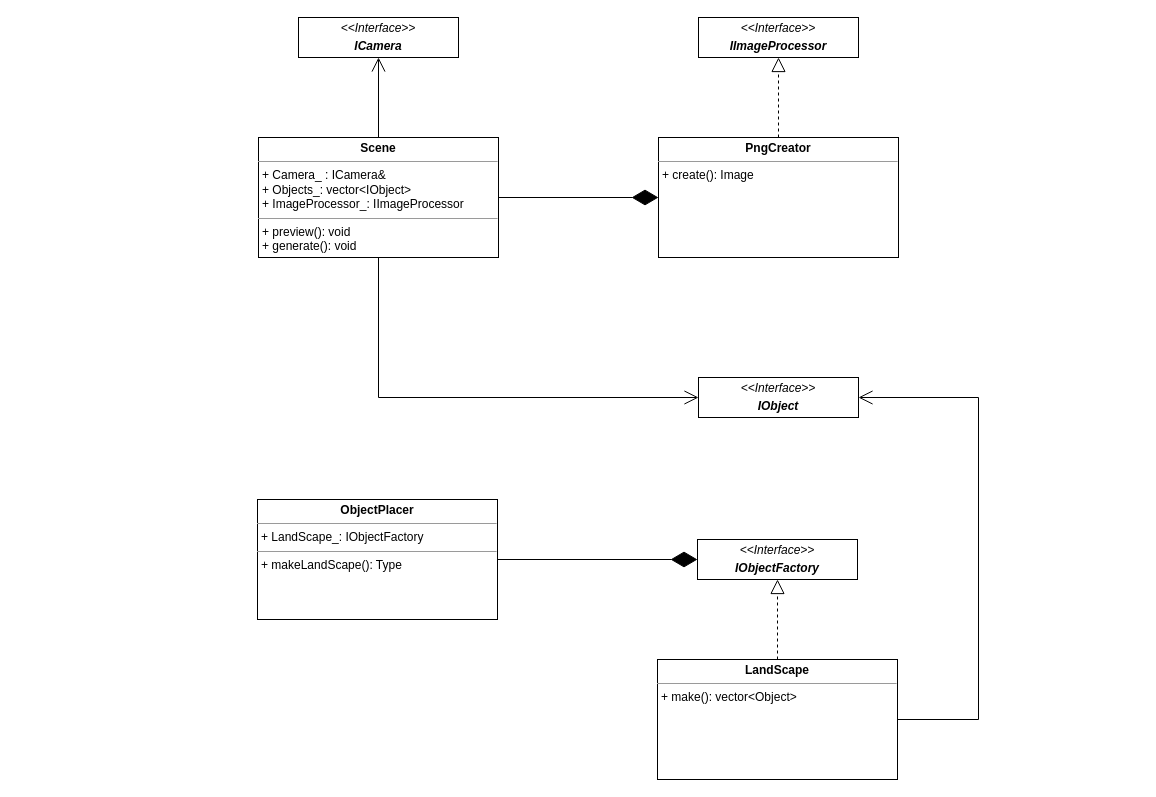
The draw.io diagram page "Function" (2 of 4) of doc/VoxelEngine.drawio in cpp-park-vk-education/2023_1_Blockify, before the edit. Source tidied: cells renumbered, new cells numbered last; positions are measured from the earlier drawing's top-left corner, leaving out a move shared by most shapes. Both pictures are drawn from the tidied source at 100%, with x=0, y=0 at pixel (257, 17).
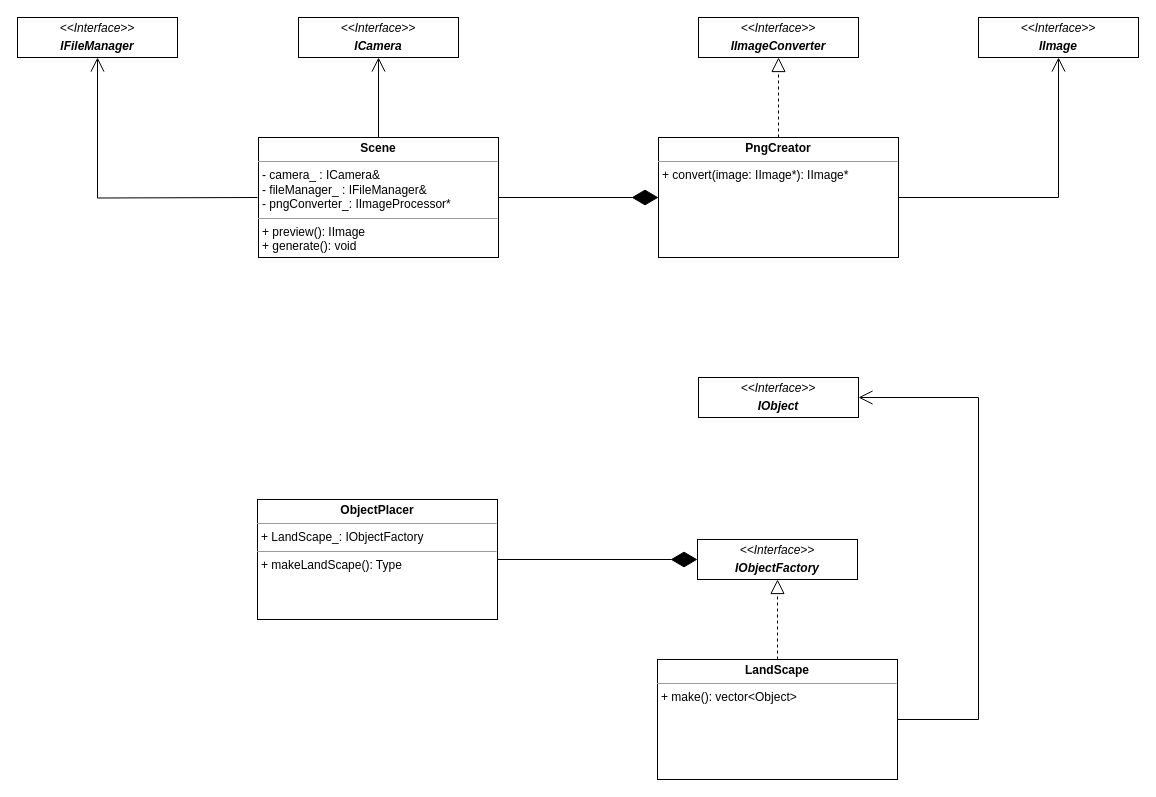
After the change.

Unchanged cells that the change refers to:
```xml
<mxCell id="13" value="&lt;p style=&quot;margin:0px;margin-top:4px;text-align:center;&quot;&gt;&lt;i&gt;&amp;lt;&amp;lt;Interface&amp;gt;&amp;gt;&lt;/i&gt;&lt;/p&gt;&lt;p style=&quot;margin:0px;margin-top:4px;text-align:center;&quot;&gt;&lt;i&gt;&lt;b&gt;IObject&lt;/b&gt;&lt;/i&gt;&lt;/p&gt;" style="verticalAlign=top;align=left;overflow=fill;fontSize=12;fontFamily=Helvetica;html=1;whiteSpace=wrap;" parent="1" vertex="1">
  <mxGeometry x="441" y="360" width="160" height="40" as="geometry" />
</mxCell>
```

Change to the diagram source:
```diff
@@
-    <mxCell id="2" value="&lt;p style=&quot;margin:0px;margin-top:4px;text-align:center;&quot;&gt;&lt;b&gt;Scene&lt;/b&gt;&lt;/p&gt;&lt;hr size=&quot;1&quot;&gt;&lt;p style=&quot;margin:0px;margin-left:4px;&quot;&gt;+ Camera_ : ICamera&amp;amp;&lt;/p&gt;&lt;p style=&quot;margin:0px;margin-left:4px;&quot;&gt;+ Objects_: vector&amp;lt;IObject&amp;gt;&lt;/p&gt;&lt;p style=&quot;margin:0px;margin-left:4px;&quot;&gt;&lt;span style=&quot;background-color: initial;&quot;&gt;+ ImageProcessor_: IImageProcessor&lt;/span&gt;&lt;br&gt;&lt;/p&gt;&lt;hr size=&quot;1&quot;&gt;&lt;p style=&quot;margin:0px;margin-left:4px;&quot;&gt;+ preview(): void&lt;/p&gt;&lt;p style=&quot;margin:0px;margin-left:4px;&quot;&gt;+ generate(): void&lt;/p&gt;" style="verticalAlign=top;align=left;overflow=fill;fontSize=12;fontFamily=Helvetica;html=1;whiteSpace=wrap;" parent="1" vertex="1">
+    <mxCell id="2" value="&lt;p style=&quot;margin: 0px ; margin-top: 4px ; text-align: center&quot;&gt;&lt;b&gt;Scene&lt;/b&gt;&lt;/p&gt;&lt;hr size=&quot;1&quot;&gt;&lt;p style=&quot;margin: 0px ; margin-left: 4px&quot;&gt;- camera_ : ICamera&amp;amp;&lt;/p&gt;&lt;p style=&quot;margin: 0px ; margin-left: 4px&quot;&gt;- fileManager_ : IFileManager&amp;amp;&lt;br&gt;&lt;/p&gt;&lt;p style=&quot;margin: 0px ; margin-left: 4px&quot;&gt;&lt;span&gt;- pngConverter_: IImageProcessor*&lt;/span&gt;&lt;br&gt;&lt;/p&gt;&lt;hr size=&quot;1&quot;&gt;&lt;p style=&quot;margin: 0px ; margin-left: 4px&quot;&gt;+ preview(): IImage&lt;/p&gt;&lt;p style=&quot;margin: 0px ; margin-left: 4px&quot;&gt;+ generate(): void&lt;/p&gt;" style="verticalAlign=top;align=left;overflow=fill;fontSize=12;fontFamily=Helvetica;html=1;whiteSpace=wrap;" parent="1" vertex="1">
       <mxGeometry x="1" y="120" width="240" height="120" as="geometry" />
     </mxCell>
@@
-    <mxCell id="5" value="&lt;p style=&quot;margin:0px;margin-top:4px;text-align:center;&quot;&gt;&lt;b&gt;PngCreator&lt;/b&gt;&lt;/p&gt;&lt;hr size=&quot;1&quot;&gt;&lt;p style=&quot;margin:0px;margin-left:4px;&quot;&gt;+ create(): Image&lt;/p&gt;" style="verticalAlign=top;align=left;overflow=fill;fontSize=12;fontFamily=Helvetica;html=1;whiteSpace=wrap;" parent="1" vertex="1">
+    <mxCell id="5" value="&lt;p style=&quot;margin: 0px ; margin-top: 4px ; text-align: center&quot;&gt;&lt;b&gt;PngCreator&lt;/b&gt;&lt;/p&gt;&lt;hr size=&quot;1&quot;&gt;&lt;p style=&quot;margin: 0px ; margin-left: 4px&quot;&gt;+ convert(image: IImage*): IImage*&lt;/p&gt;" style="verticalAlign=top;align=left;overflow=fill;fontSize=12;fontFamily=Helvetica;html=1;whiteSpace=wrap;" parent="1" vertex="1">
       <mxGeometry x="401" y="120" width="240" height="120" as="geometry" />
     </mxCell>
-    <mxCell id="6" value="&lt;p style=&quot;margin:0px;margin-top:4px;text-align:center;&quot;&gt;&lt;i&gt;&amp;lt;&amp;lt;Interface&amp;gt;&amp;gt;&lt;/i&gt;&lt;/p&gt;&lt;p style=&quot;margin:0px;margin-top:4px;text-align:center;&quot;&gt;&lt;i&gt;&lt;b&gt;IImageProcessor&lt;/b&gt;&lt;/i&gt;&lt;/p&gt;" style="verticalAlign=top;align=left;overflow=fill;fontSize=12;fontFamily=Helvetica;html=1;whiteSpace=wrap;" parent="1" vertex="1">
+    <mxCell id="6" value="&lt;p style=&quot;margin: 0px ; margin-top: 4px ; text-align: center&quot;&gt;&lt;i&gt;&amp;lt;&amp;lt;Interface&amp;gt;&amp;gt;&lt;/i&gt;&lt;/p&gt;&lt;p style=&quot;margin: 0px ; margin-top: 4px ; text-align: center&quot;&gt;&lt;i&gt;&lt;b&gt;IImageConverter&lt;/b&gt;&lt;/i&gt;&lt;/p&gt;" style="verticalAlign=top;align=left;overflow=fill;fontSize=12;fontFamily=Helvetica;html=1;whiteSpace=wrap;" parent="1" vertex="1">
       <mxGeometry x="441" width="160" height="40" as="geometry" />
     </mxCell>
@@
-    <mxCell id="15" style="endArrow=open;endFill=1;endSize=12;html=1;rounded=0;exitX=0.5;exitY=1;exitDx=0;exitDy=0;entryX=0;entryY=0.5;entryDx=0;entryDy=0;edgeStyle=orthogonalEdgeStyle;" parent="1" edge="1" source="2" target="13">
-      <mxGeometry relative="1" as="geometry" />
-    </mxCell>
@@
+    <mxCell id="17" value="&lt;p style=&quot;margin:0px;margin-top:4px;text-align:center;&quot;&gt;&lt;i&gt;&amp;lt;&amp;lt;Interface&amp;gt;&amp;gt;&lt;/i&gt;&lt;/p&gt;&lt;p style=&quot;margin:0px;margin-top:4px;text-align:center;&quot;&gt;&lt;i&gt;&lt;b&gt;IImage&lt;/b&gt;&lt;/i&gt;&lt;/p&gt;" style="verticalAlign=top;align=left;overflow=fill;fontSize=12;fontFamily=Helvetica;html=1;whiteSpace=wrap;" parent="1" vertex="1">
+      <mxGeometry x="721" width="160" height="40" as="geometry" />
+    </mxCell>
+    <mxCell id="18" style="endArrow=open;endFill=1;endSize=12;html=1;rounded=0;entryX=0.5;entryY=1;entryDx=0;entryDy=0;exitX=1;exitY=0.5;exitDx=0;exitDy=0;edgeStyle=orthogonalEdgeStyle;" parent="1" edge="1" source="5" target="17">
+      <mxGeometry relative="1" as="geometry" />
+    </mxCell>
+    <mxCell id="19" value="&lt;p style=&quot;margin: 0px ; margin-top: 4px ; text-align: center&quot;&gt;&lt;i&gt;&amp;lt;&amp;lt;Interface&amp;gt;&amp;gt;&lt;/i&gt;&lt;/p&gt;&lt;p style=&quot;margin: 0px ; margin-top: 4px ; text-align: center&quot;&gt;&lt;i&gt;&lt;b&gt;IFileManager&lt;/b&gt;&lt;/i&gt;&lt;/p&gt;" style="verticalAlign=top;align=left;overflow=fill;fontSize=12;fontFamily=Helvetica;html=1;whiteSpace=wrap;" parent="1" vertex="1">
+      <mxGeometry x="-240" width="160" height="40" as="geometry" />
+    </mxCell>
+    <mxCell id="20" style="endArrow=open;endFill=1;endSize=12;html=1;rounded=0;entryX=0.5;entryY=1;entryDx=0;entryDy=0;edgeStyle=orthogonalEdgeStyle;" parent="1" edge="1" target="19">
+      <mxGeometry relative="1" as="geometry">
+        <mxPoint y="180" as="sourcePoint" />
+      </mxGeometry>
+    </mxCell>
```
